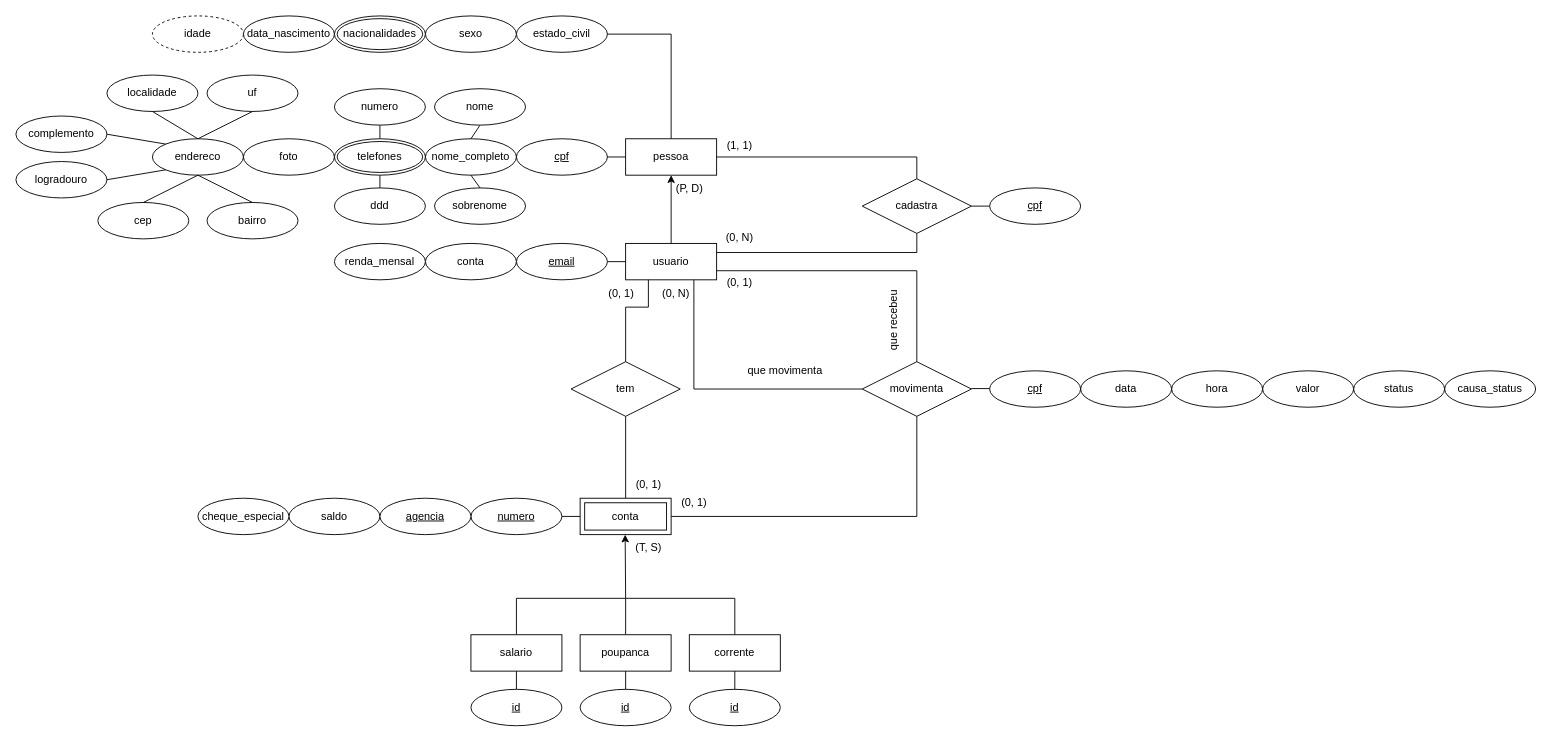
Earlier version of the draw.io diagram database-modeling/conceptual-database-model.drawio (MathGPereira/bit-bank). Source tidied: cells renumbered, new cells numbered last; positions are measured from the earlier drawing's top-left corner, leaving out a move shared by most shapes. Both pictures are drawn from the tidied source at 91%, with x=0, y=0 at pixel (15, 15).
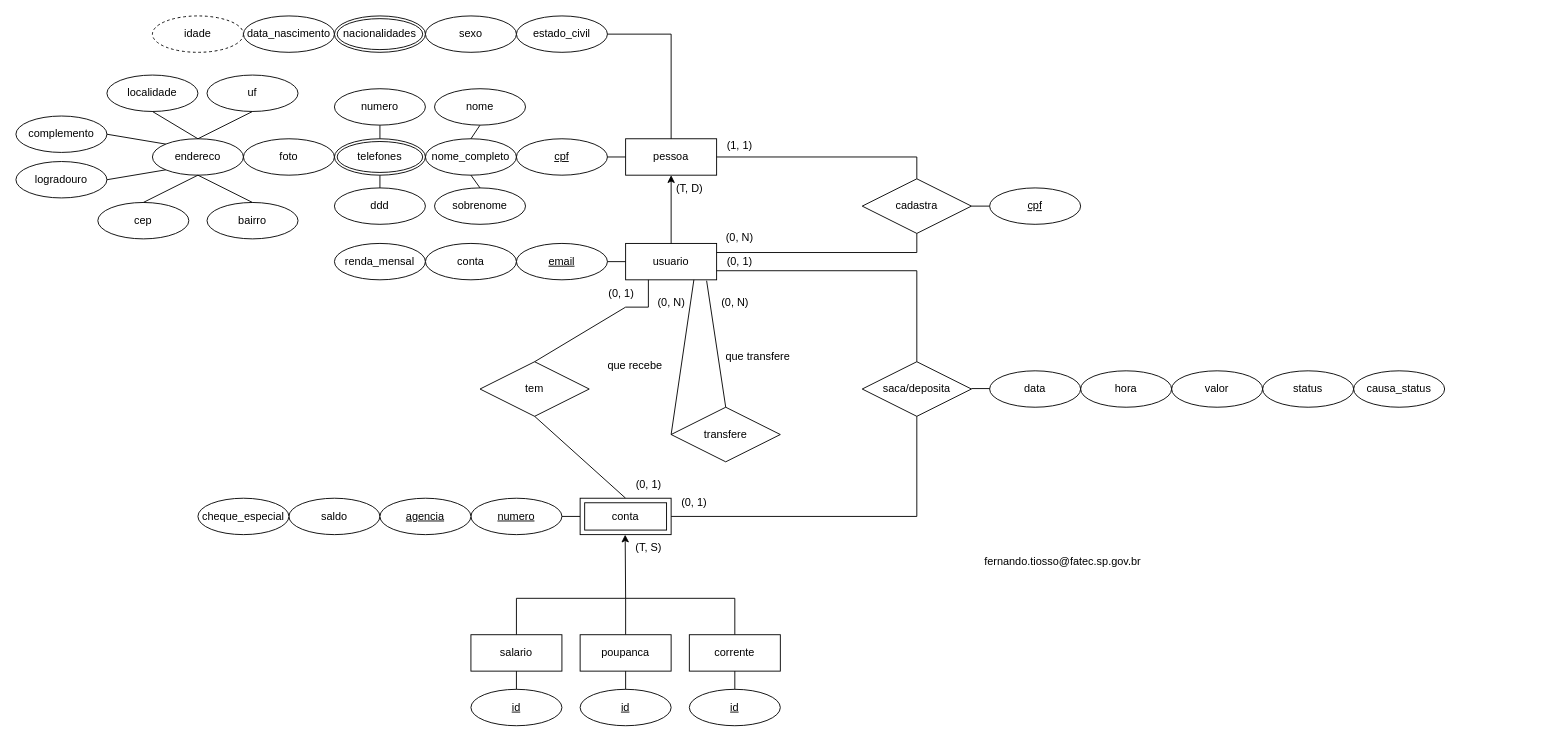
The same diagram, later.

The change refers to these unchanged cells:
```xml
<mxCell id="2" value="usuario" style="whiteSpace=wrap;html=1;align=center;" parent="1" vertex="1">
  <mxGeometry x="670" y="250" width="100" height="40" as="geometry" />
</mxCell>
```

Diff of the diagram source:
```diff
@@
     <mxCell id="31" value="tem" style="shape=rhombus;perimeter=rhombusPerimeter;whiteSpace=wrap;html=1;align=center;" parent="1" vertex="1">
-      <mxGeometry x="610" y="380" width="120" height="60" as="geometry" />
+      <mxGeometry x="510" y="380" width="120" height="60" as="geometry" />
     </mxCell>
-    <mxCell id="32" value="movimenta" style="shape=rhombus;perimeter=rhombusPerimeter;whiteSpace=wrap;html=1;align=center;" parent="1" vertex="1">
+    <mxCell id="32" value="saca/deposita" style="shape=rhombus;perimeter=rhombusPerimeter;whiteSpace=wrap;html=1;align=center;" parent="1" vertex="1">
       <mxGeometry x="930" y="380" width="120" height="60" as="geometry" />
     </mxCell>
@@
-    <mxCell id="64" value="(P, D)" style="text;html=1;align=center;verticalAlign=middle;strokeColor=none;fillColor=none;" parent="1" vertex="1">
+    <mxCell id="64" value="(T, D)" style="text;html=1;align=center;verticalAlign=middle;strokeColor=none;fillColor=none;" parent="1" vertex="1">
       <mxGeometry x="715" y="175" width="50" height="30" as="geometry" />
     </mxCell>
@@
     <mxCell id="68" value="(0, 1)" style="text;html=1;align=center;verticalAlign=middle;strokeColor=none;fillColor=none;" parent="1" vertex="1">
-      <mxGeometry x="770" y="278" width="50" height="30" as="geometry" />
+      <mxGeometry x="770" y="255" width="50" height="30" as="geometry" />
     </mxCell>
@@
     <mxCell id="79" value="data" style="ellipse;whiteSpace=wrap;html=1;align=center;" parent="1" vertex="1">
-      <mxGeometry x="1170" y="390" width="100" height="40" as="geometry" />
+      <mxGeometry x="1070" y="390" width="100" height="40" as="geometry" />
     </mxCell>
     <mxCell id="80" value="hora" style="ellipse;whiteSpace=wrap;html=1;align=center;" parent="1" vertex="1">
-      <mxGeometry x="1270" y="390" width="100" height="40" as="geometry" />
+      <mxGeometry x="1170" y="390" width="100" height="40" as="geometry" />
     </mxCell>
@@
-    <mxCell id="82" value="cpf" style="ellipse;whiteSpace=wrap;html=1;align=center;fontStyle=4;" parent="1" vertex="1">
-      <mxGeometry x="1070" y="390" width="100" height="40" as="geometry" />
-    </mxCell>
     <mxCell id="83" value="valor" style="ellipse;whiteSpace=wrap;html=1;align=center;" parent="1" vertex="1">
-      <mxGeometry x="1370" y="390" width="100" height="40" as="geometry" />
+      <mxGeometry x="1270" y="390" width="100" height="40" as="geometry" />
     </mxCell>
     <mxCell id="84" value="status" style="ellipse;whiteSpace=wrap;html=1;align=center;" parent="1" vertex="1">
-      <mxGeometry x="1470" y="390" width="100" height="40" as="geometry" />
+      <mxGeometry x="1370" y="390" width="100" height="40" as="geometry" />
     </mxCell>
     <mxCell id="85" value="causa_status" style="ellipse;whiteSpace=wrap;html=1;align=center;" parent="1" vertex="1">
-      <mxGeometry x="1570" y="390" width="100" height="40" as="geometry" />
+      <mxGeometry x="1470" y="390" width="100" height="40" as="geometry" />
     </mxCell>
-    <mxCell id="86" style="endArrow=none;html=1;rounded=0;entryX=0;entryY=0.5;entryDx=0;entryDy=0;exitX=0.75;exitY=1;exitDx=0;exitDy=0;" parent="1" edge="1" source="2" target="32">
-      <mxGeometry relative="1" as="geometry">
-        <Array as="points">
-          <mxPoint x="745" y="410" />
-        </Array>
-      </mxGeometry>
-    </mxCell>
-    <mxCell id="87" value="que recebeu" style="text;html=1;align=center;verticalAlign=middle;strokeColor=none;fillColor=none;rotation=270;" parent="1" vertex="1">
-      <mxGeometry x="920" y="320" width="90" height="30" as="geometry" />
-    </mxCell>
-    <mxCell id="88" value="que movimenta" style="text;html=1;align=center;verticalAlign=middle;strokeColor=none;fillColor=none;" parent="1" vertex="1">
-      <mxGeometry x="790" y="375" width="110" height="30" as="geometry" />
-    </mxCell>
-    <mxCell id="89" value="(0, N)" style="text;html=1;align=center;verticalAlign=middle;strokeColor=none;fillColor=none;rotation=0;" parent="1" vertex="1">
-      <mxGeometry x="700" y="290" width="50" height="30" as="geometry" />
-    </mxCell>
+    <mxCell id="90" value="transfere" style="shape=rhombus;perimeter=rhombusPerimeter;whiteSpace=wrap;html=1;align=center;" parent="1" vertex="1">
+      <mxGeometry x="720" y="430" width="120" height="60" as="geometry" />
+    </mxCell>
+    <mxCell id="91" style="endArrow=none;html=1;rounded=0;entryX=0;entryY=0.5;entryDx=0;entryDy=0;exitX=0.75;exitY=1;exitDx=0;exitDy=0;" parent="1" edge="1" source="2" target="90">
+      <mxGeometry relative="1" as="geometry" />
+    </mxCell>
+    <mxCell id="92" style="endArrow=none;html=1;rounded=0;entryX=0.5;entryY=0;entryDx=0;entryDy=0;exitX=0.89;exitY=1.025;exitDx=0;exitDy=0;exitPerimeter=0;" parent="1" edge="1" source="2" target="90">
+      <mxGeometry relative="1" as="geometry" />
+    </mxCell>
+    <mxCell id="93" value="que transfere" style="text;html=1;align=center;verticalAlign=middle;strokeColor=none;fillColor=none;" parent="1" vertex="1">
+      <mxGeometry x="770" y="360" width="90" height="30" as="geometry" />
+    </mxCell>
+    <mxCell id="94" value="que recebe" style="text;html=1;align=center;verticalAlign=middle;strokeColor=none;fillColor=none;" parent="1" vertex="1">
+      <mxGeometry x="640" y="370" width="80" height="30" as="geometry" />
+    </mxCell>
+    <mxCell id="95" value="fernando.tiosso@fatec.sp.gov.br" style="text;html=1;align=center;verticalAlign=middle;strokeColor=none;fillColor=none;" parent="1" vertex="1">
+      <mxGeometry x="1050" y="585" width="200" height="30" as="geometry" />
+    </mxCell>
+    <mxCell id="96" value="(0, N)" style="text;html=1;align=center;verticalAlign=middle;strokeColor=none;fillColor=none;" parent="1" vertex="1">
+      <mxGeometry x="695" y="300" width="50" height="30" as="geometry" />
+    </mxCell>
+    <mxCell id="97" value="(0, N)" style="text;html=1;align=center;verticalAlign=middle;strokeColor=none;fillColor=none;" parent="1" vertex="1">
+      <mxGeometry x="765" y="300" width="50" height="30" as="geometry" />
+    </mxCell>
```
